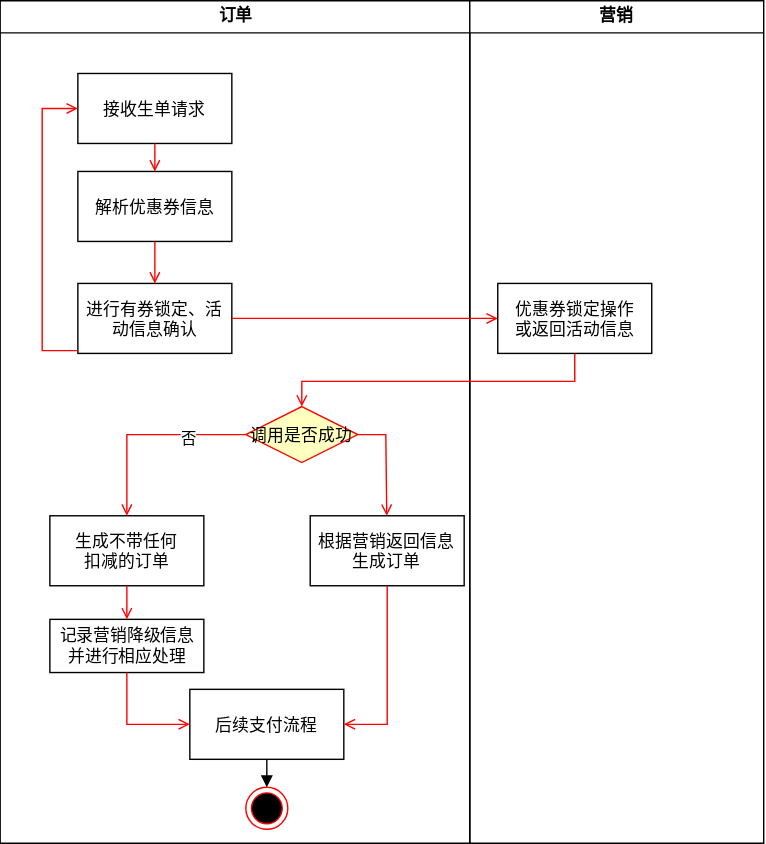
Above: algorithm-leetcode/src/main/java/leetcode/Untitled Diagram.svg in majingyuan/algorithm (draw.io), before the change. Source tidied: cells renumbered, new cells last; positions are measured from the earlier drawing's top-left corner, leaving out a move shared by most shapes.
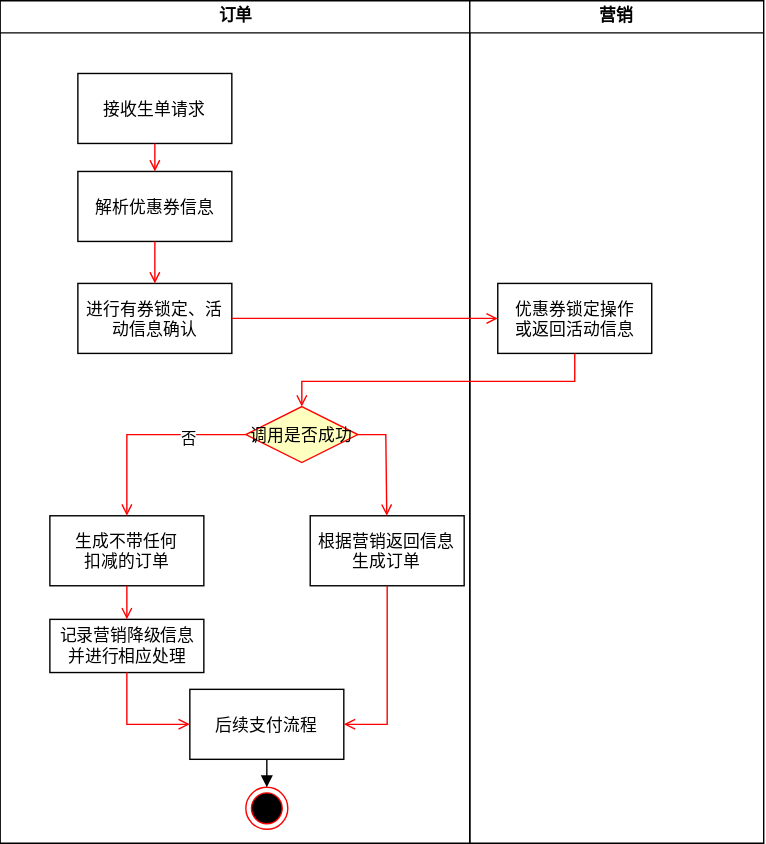
The same file after the commit.

Change to the diagram source:
```diff
@@ -20,13 +20,6 @@
     <mxCell id="7" style="endArrow=open;strokeColor=#FF0000;endFill=1;rounded=0;" parent="2" edge="1" source="4" target="6">
       <mxGeometry relative="1" as="geometry" />
     </mxCell>
-    <mxCell id="8" style="edgeStyle=elbowEdgeStyle;elbow=horizontal;strokeColor=#FF0000;endArrow=open;endFill=1;rounded=0;" parent="2" edge="1" source="6" target="3">
-      <mxGeometry relative="1" as="geometry">
-        <Array as="points">
-          <mxPoint x="30" y="250" />
-        </Array>
-      </mxGeometry>
-    </mxCell>
     <mxCell id="9" value="调用是否成功" style="rhombus;fillColor=#ffffc0;strokeColor=#ff0000;" parent="2" vertex="1">
       <mxGeometry x="175.5" y="290" width="80" height="40" as="geometry" />
     </mxCell>
```
